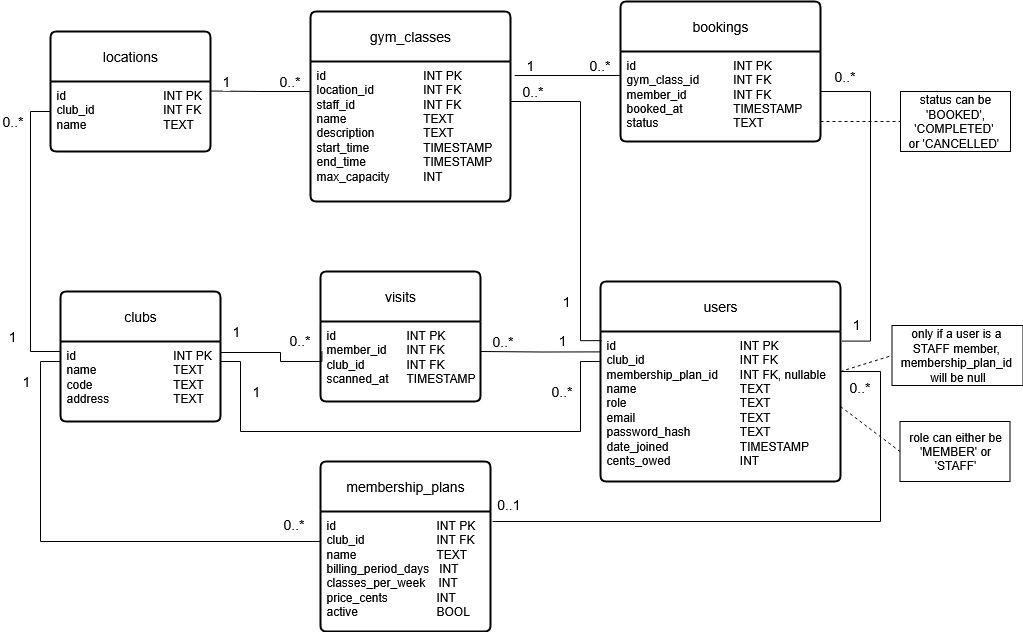
Above: Database_Diagram.png in LeonardLauHJ/GymMonitor-Lite (draw.io), before the change. Source tidied: cells renumbered, new cells last; positions are measured from the earlier drawing's top-left corner, leaving out a move shared by most shapes.
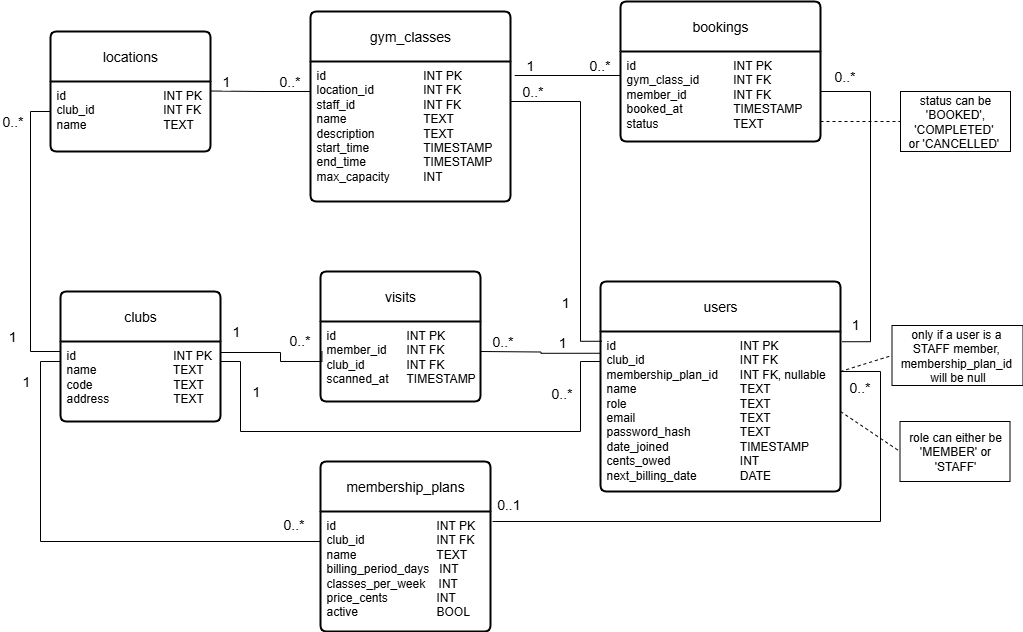
After the commit.

Commit message:
next_billing_date column added to table

user entity, data.sql and the database diagram have been updated to match the change

Change to the diagram source:
```diff
@@ -27,10 +27,10 @@
       <mxGeometry y="50" width="170" height="120" as="geometry" />
     </mxCell>
     <mxCell id="10" value="users" style="swimlane;horizontal=1;startSize=50;rounded=1;fontSize=14;fontStyle=0;strokeWidth=2;shadow=0;dashed=0;align=center;arcSize=4;whiteSpace=wrap;html=1;" parent="1" vertex="1">
-      <mxGeometry x="570" y="280" width="240" height="200" as="geometry" />
+      <mxGeometry x="570" y="280" width="240" height="210" as="geometry" />
     </mxCell>
-    <mxCell id="11" value="&lt;div&gt;id&lt;span style=&quot;white-space: pre;&quot;&gt;&#9;&lt;/span&gt;&lt;span style=&quot;white-space: pre;&quot;&gt;&#9;&lt;/span&gt;&lt;span style=&quot;white-space: pre;&quot;&gt;&#9;&lt;span style=&quot;white-space: pre;&quot;&gt;&#9;&lt;/span&gt;&lt;/span&gt;&amp;nbsp; &amp;nbsp; &amp;nbsp; &amp;nbsp; INT PK&lt;/div&gt;&lt;div&gt;club_id&lt;span style=&quot;white-space: pre;&quot;&gt;&#9;&lt;/span&gt;&lt;span style=&quot;white-space: pre;&quot;&gt;&#9;&lt;/span&gt;&lt;span style=&quot;white-space: pre;&quot;&gt;&#9;&lt;span style=&quot;white-space: pre;&quot;&gt;&#9;&lt;/span&gt;INT FK&lt;/span&gt;&lt;/div&gt;&lt;div&gt;&lt;span style=&quot;white-space: pre;&quot;&gt;membership_plan_id    &lt;span style=&quot;white-space: pre;&quot;&gt;&#9;&lt;/span&gt;INT FK, nullable&lt;/span&gt;&lt;/div&gt;&lt;div&gt;name&lt;span style=&quot;white-space: pre;&quot;&gt;&#9;&lt;/span&gt;&lt;span style=&quot;white-space: pre;&quot;&gt;&#9;&lt;/span&gt;&lt;span style=&quot;white-space: pre;&quot;&gt;&#9;&lt;span style=&quot;white-space: pre;&quot;&gt;&#9;&lt;/span&gt;TEXT&lt;/span&gt;&lt;/div&gt;&lt;div&gt;&lt;span style=&quot;white-space: pre;&quot;&gt;role&lt;span style=&quot;white-space: pre;&quot;&gt;&#9;&lt;/span&gt;&lt;span style=&quot;white-space: pre;&quot;&gt;&#9;&lt;/span&gt;&lt;span style=&quot;white-space: pre;&quot;&gt;&#9;&lt;/span&gt;&lt;span style=&quot;white-space: pre;&quot;&gt;&#9;&lt;/span&gt;&lt;span style=&quot;white-space: pre;&quot;&gt;&#9;&lt;/span&gt;TEXT&lt;/span&gt;&lt;/div&gt;&lt;div&gt;email&amp;nbsp;&amp;nbsp;&lt;span style=&quot;white-space: pre;&quot;&gt;&#9;&lt;/span&gt;&lt;span style=&quot;white-space: pre;&quot;&gt;&#9;&lt;/span&gt;&lt;span style=&quot;white-space: pre;&quot;&gt;&#9;&lt;/span&gt;&lt;span style=&quot;white-space: pre;&quot;&gt;&#9;&lt;/span&gt;&lt;span style=&quot;white-space: pre;&quot;&gt;&lt;/span&gt;TEXT&lt;/div&gt;&lt;div&gt;password_hash&lt;span style=&quot;white-space: pre;&quot;&gt;&#9;&lt;/span&gt;&lt;span style=&quot;white-space: pre;&quot;&gt;&#9;&lt;/span&gt;TEXT&lt;/div&gt;&lt;div&gt;date_joined&lt;span style=&quot;white-space: pre;&quot;&gt;&#9;&lt;/span&gt;&lt;span style=&quot;white-space: pre;&quot;&gt;&#9;  &lt;span style=&quot;white-space: pre;&quot;&gt;&#9;&lt;/span&gt;TIMESTAMP&lt;/span&gt;&lt;/div&gt;&lt;div&gt;cents_owed&lt;span style=&quot;white-space: pre;&quot;&gt;&#9;&lt;/span&gt;&lt;span style=&quot;white-space: pre;&quot;&gt;&#9;&lt;/span&gt;&lt;span style=&quot;white-space: pre;&quot;&gt;&#9;INT&lt;/span&gt;&lt;/div&gt;" style="align=left;strokeColor=none;fillColor=none;spacingLeft=4;spacingRight=4;fontSize=12;verticalAlign=top;html=1;whiteSpace=wrap;" parent="10" vertex="1">
-      <mxGeometry y="50" width="240" height="150" as="geometry" />
+    <mxCell id="11" value="&lt;div&gt;id&lt;span style=&quot;white-space: pre;&quot;&gt;&#9;&lt;/span&gt;&lt;span style=&quot;white-space: pre;&quot;&gt;&#9;&lt;/span&gt;&lt;span style=&quot;white-space: pre;&quot;&gt;&#9;&lt;span style=&quot;white-space: pre;&quot;&gt;&#9;&lt;/span&gt;&lt;/span&gt;&amp;nbsp; &amp;nbsp; &amp;nbsp; &amp;nbsp; INT PK&lt;/div&gt;&lt;div&gt;club_id&lt;span style=&quot;white-space: pre;&quot;&gt;&#9;&lt;/span&gt;&lt;span style=&quot;white-space: pre;&quot;&gt;&#9;&lt;/span&gt;&lt;span style=&quot;white-space: pre;&quot;&gt;&#9;&lt;span style=&quot;white-space: pre;&quot;&gt;&#9;&lt;/span&gt;INT FK&lt;/span&gt;&lt;/div&gt;&lt;div&gt;&lt;span style=&quot;white-space: pre;&quot;&gt;membership_plan_id    &lt;span style=&quot;white-space: pre;&quot;&gt;&#9;&lt;/span&gt;INT FK, nullable&lt;/span&gt;&lt;/div&gt;&lt;div&gt;name&lt;span style=&quot;white-space: pre;&quot;&gt;&#9;&lt;/span&gt;&lt;span style=&quot;white-space: pre;&quot;&gt;&#9;&lt;/span&gt;&lt;span style=&quot;white-space: pre;&quot;&gt;&#9;&lt;span style=&quot;white-space: pre;&quot;&gt;&#9;&lt;/span&gt;TEXT&lt;/span&gt;&lt;/div&gt;&lt;div&gt;&lt;span style=&quot;white-space: pre;&quot;&gt;role&lt;span style=&quot;white-space: pre;&quot;&gt;&#9;&lt;/span&gt;&lt;span style=&quot;white-space: pre;&quot;&gt;&#9;&lt;/span&gt;&lt;span style=&quot;white-space: pre;&quot;&gt;&#9;&lt;/span&gt;&lt;span style=&quot;white-space: pre;&quot;&gt;&#9;&lt;/span&gt;&lt;span style=&quot;white-space: pre;&quot;&gt;&#9;&lt;/span&gt;TEXT&lt;/span&gt;&lt;/div&gt;&lt;div&gt;email&amp;nbsp;&amp;nbsp;&lt;span style=&quot;white-space: pre;&quot;&gt;&#9;&lt;/span&gt;&lt;span style=&quot;white-space: pre;&quot;&gt;&#9;&lt;/span&gt;&lt;span style=&quot;white-space: pre;&quot;&gt;&#9;&lt;/span&gt;&lt;span style=&quot;white-space: pre;&quot;&gt;&#9;&lt;/span&gt;&lt;span style=&quot;white-space: pre;&quot;&gt;&lt;/span&gt;TEXT&lt;/div&gt;&lt;div&gt;password_hash&lt;span style=&quot;white-space: pre;&quot;&gt;&#9;&lt;/span&gt;&lt;span style=&quot;white-space: pre;&quot;&gt;&#9;&lt;/span&gt;TEXT&lt;/div&gt;&lt;div&gt;date_joined&lt;span style=&quot;white-space: pre;&quot;&gt;&#9;&lt;/span&gt;&lt;span style=&quot;white-space: pre;&quot;&gt;&#9;  &lt;span style=&quot;white-space: pre;&quot;&gt;&#9;&lt;/span&gt;TIMESTAMP&lt;/span&gt;&lt;/div&gt;&lt;div&gt;cents_owed&lt;span style=&quot;white-space: pre;&quot;&gt;&#9;&lt;/span&gt;&lt;span style=&quot;white-space: pre;&quot;&gt;&#9;&lt;/span&gt;&lt;span style=&quot;white-space: pre;&quot;&gt;&#9;INT&lt;/span&gt;&lt;/div&gt;&lt;div&gt;next_billing_date&lt;span style=&quot;white-space: pre;&quot;&gt;&#9;&lt;/span&gt;&lt;span style=&quot;white-space: pre;&quot;&gt;&#9;&lt;/span&gt;&lt;span style=&quot;white-space: pre; background-color: transparent; color: light-dark(rgb(0, 0, 0), rgb(255, 255, 255));&quot;&gt;DATE&lt;/span&gt;&lt;/div&gt;" style="align=left;strokeColor=none;fillColor=none;spacingLeft=4;spacingRight=4;fontSize=12;verticalAlign=top;html=1;whiteSpace=wrap;" parent="10" vertex="1">
+      <mxGeometry y="50" width="240" height="160" as="geometry" />
     </mxCell>
     <mxCell id="12" value="&lt;div&gt;gym_classes&lt;/div&gt;" style="swimlane;horizontal=1;startSize=50;rounded=1;fontSize=14;fontStyle=0;strokeWidth=2;shadow=0;dashed=0;align=center;arcSize=4;whiteSpace=wrap;html=1;" parent="1" vertex="1">
       <mxGeometry x="280" y="10" width="200" height="190" as="geometry" />
```
